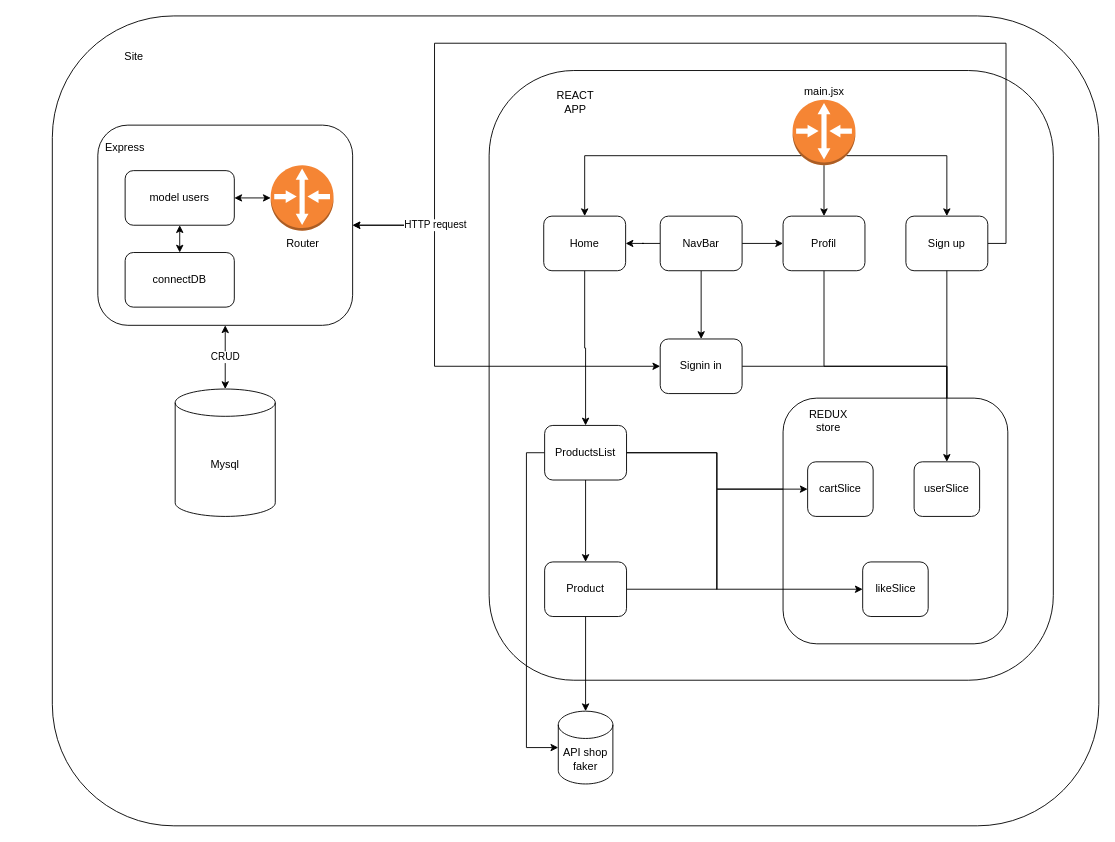
Above: arborescence.drawio in Josue-Ferreira/shop-react-express (draw.io), before the change. Source tidied: cells renumbered, new cells numbered last; positions are measured from the earlier drawing's top-left corner, leaving out a move shared by most shapes. Both pictures are drawn from the tidied source at 91%, with x=0, y=0 at pixel (52, 15).
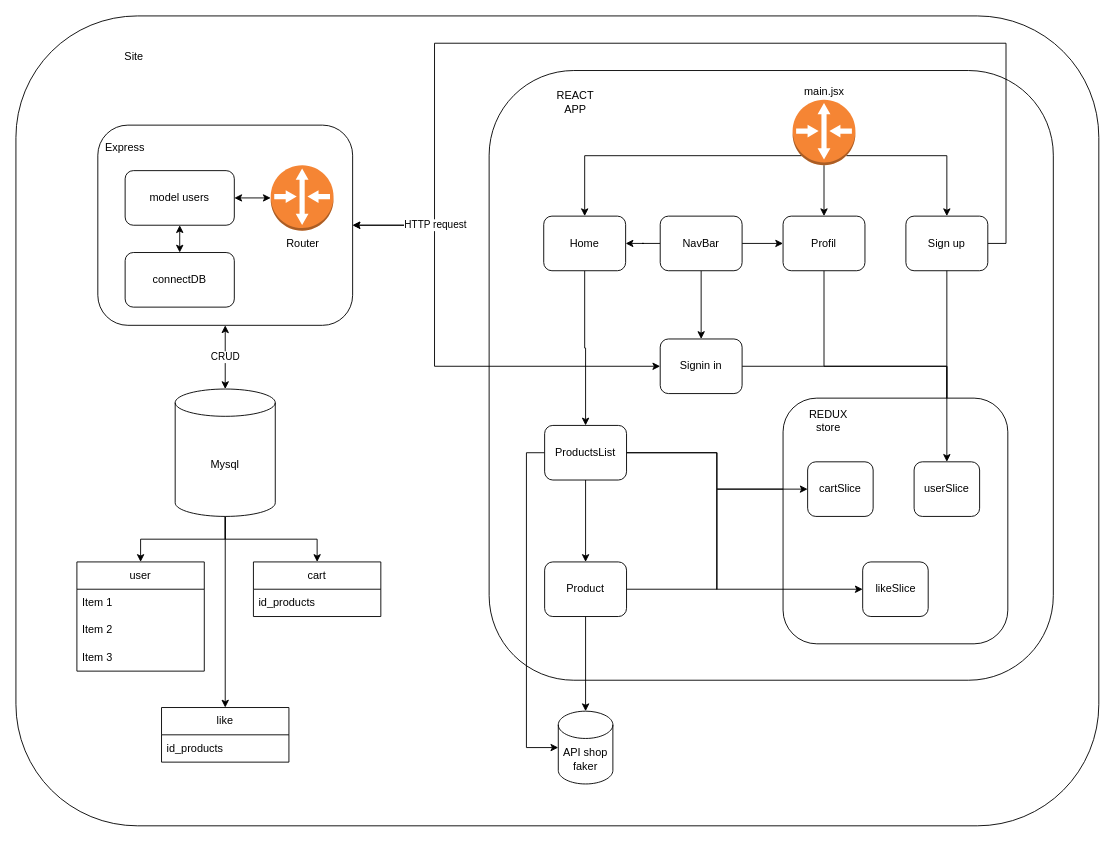
After the change.

Commit message (it also covers changes not shown here):
Mettre à jour arborescence.drawio

The change refers to these unchanged cells:
```xml
<mxCell id="5" value="Mysql" style="shape=cylinder3;whiteSpace=wrap;html=1;boundedLbl=1;backgroundOutline=1;size=15;" parent="1" vertex="1">
  <mxGeometry x="135" y="410" width="110" height="140" as="geometry" />
</mxCell>
```

Change to the diagram source:
```diff
@@
     <mxCell id="2" style="rounded=1;whiteSpace=wrap;html=1;" parent="1" vertex="1">
-      <mxGeometry width="1150" height="890" as="geometry" />
+      <mxGeometry x="-40" width="1190" height="890" as="geometry" />
     </mxCell>
@@
+    <mxCell id="48" style="edgeStyle=orthogonalEdgeStyle;rounded=0;jettySize=auto;html=1;exitX=0.5;exitY=1;exitDx=0;exitDy=0;exitPerimeter=0;entryX=0.5;entryY=0;entryDx=0;entryDy=0;" parent="1" edge="1" source="5" target="51">
+      <mxGeometry relative="1" as="geometry" />
+    </mxCell>
+    <mxCell id="49" style="edgeStyle=orthogonalEdgeStyle;rounded=0;jettySize=auto;html=1;exitX=0.5;exitY=1;exitDx=0;exitDy=0;exitPerimeter=0;entryX=0.5;entryY=0;entryDx=0;entryDy=0;" parent="1" edge="1" source="5" target="55">
+      <mxGeometry relative="1" as="geometry" />
+    </mxCell>
+    <mxCell id="50" style="edgeStyle=orthogonalEdgeStyle;rounded=0;jettySize=auto;html=1;exitX=0.5;exitY=1;exitDx=0;exitDy=0;exitPerimeter=0;entryX=0.5;entryY=0;entryDx=0;entryDy=0;" parent="1" edge="1" source="5" target="57">
+      <mxGeometry relative="1" as="geometry" />
+    </mxCell>
@@
+    <mxCell id="51" value="user" style="swimlane;fontStyle=0;horizontal=1;startSize=30;whiteSpace=wrap;html=1;" parent="1" vertex="1">
+      <mxGeometry x="27" y="600" width="140" height="120" as="geometry" />
+    </mxCell>
+    <mxCell id="52" value="Item 1" style="text;strokeColor=none;fillColor=none;align=left;verticalAlign=middle;spacingLeft=4;spacingRight=4;overflow=hidden;whiteSpace=wrap;html=1;" parent="51" vertex="1">
+      <mxGeometry y="30" width="140" height="30" as="geometry" />
+    </mxCell>
+    <mxCell id="53" value="Item 2" style="text;strokeColor=none;fillColor=none;align=left;verticalAlign=middle;spacingLeft=4;spacingRight=4;overflow=hidden;whiteSpace=wrap;html=1;" parent="51" vertex="1">
+      <mxGeometry y="60" width="140" height="30" as="geometry" />
+    </mxCell>
+    <mxCell id="54" value="Item 3" style="text;strokeColor=none;fillColor=none;align=left;verticalAlign=middle;spacingLeft=4;spacingRight=4;overflow=hidden;whiteSpace=wrap;html=1;" parent="51" vertex="1">
+      <mxGeometry y="90" width="140" height="30" as="geometry" />
+    </mxCell>
+    <mxCell id="55" value="cart" style="swimlane;fontStyle=0;horizontal=1;startSize=30;whiteSpace=wrap;html=1;" parent="1" vertex="1">
+      <mxGeometry x="221" y="600" width="140" height="60" as="geometry" />
+    </mxCell>
+    <mxCell id="56" value="id_products" style="text;strokeColor=none;fillColor=none;align=left;verticalAlign=middle;spacingLeft=4;spacingRight=4;overflow=hidden;whiteSpace=wrap;html=1;" parent="55" vertex="1">
+      <mxGeometry y="30" width="140" height="30" as="geometry" />
+    </mxCell>
+    <mxCell id="57" value="like" style="swimlane;fontStyle=0;horizontal=1;startSize=30;whiteSpace=wrap;html=1;" parent="1" vertex="1">
+      <mxGeometry x="120" y="760" width="140" height="60" as="geometry" />
+    </mxCell>
+    <mxCell id="58" value="id_products" style="text;strokeColor=none;fillColor=none;align=left;verticalAlign=middle;spacingLeft=4;spacingRight=4;overflow=hidden;whiteSpace=wrap;html=1;" parent="57" vertex="1">
+      <mxGeometry y="30" width="140" height="30" as="geometry" />
+    </mxCell>
```
